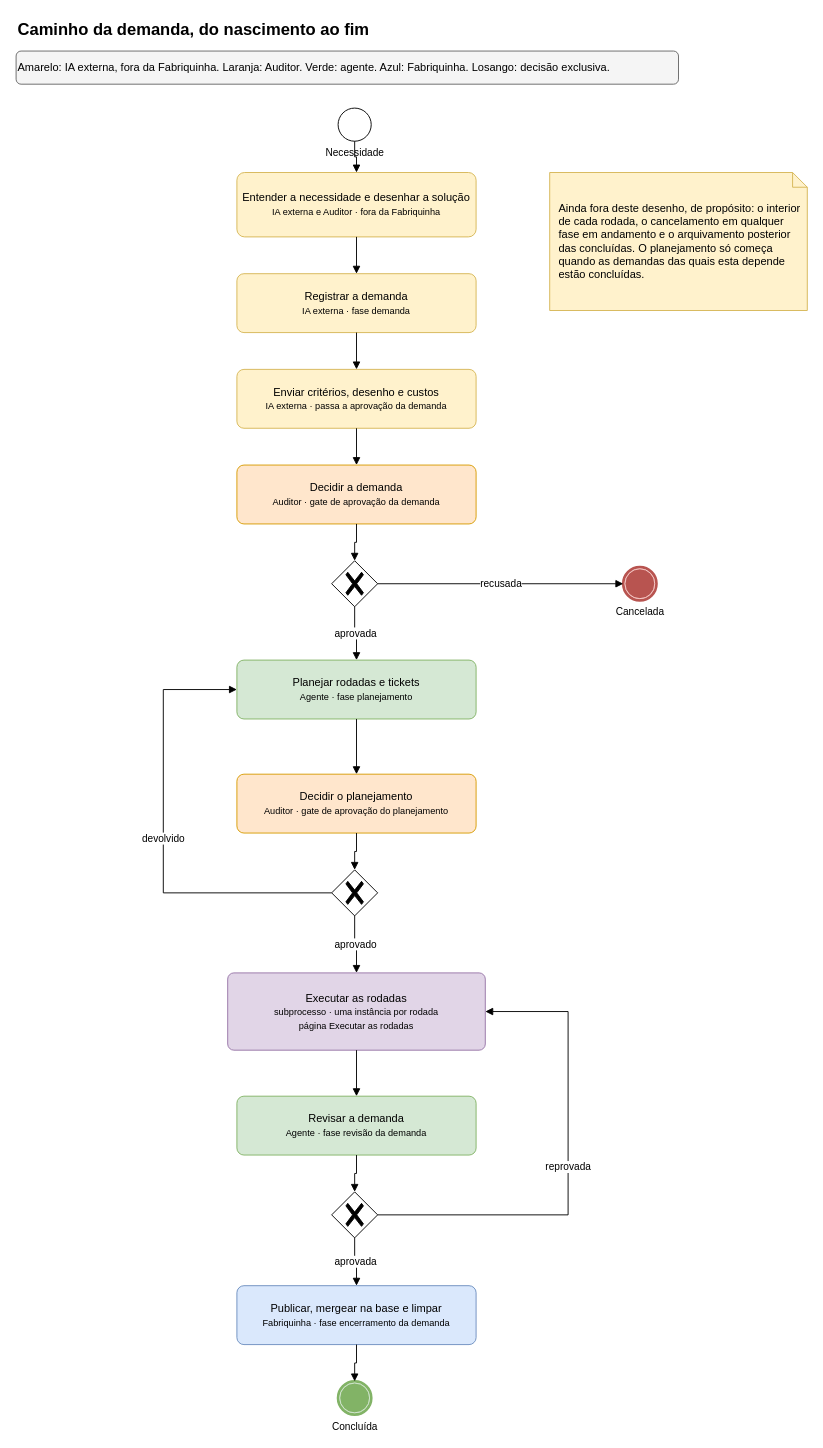
The draw.io diagram page "Caminho da demanda" (2 of 5) of ProcessoDeDesenvolvimento.drawio in JimmyAreaFiscal/Fabriquinha, before the edit. Source tidied: cells renumbered, new cells numbered last; positions are measured from the earlier drawing's top-left corner, leaving out a move shared by most shapes. Both pictures are drawn from the tidied source at 92%, with x=0, y=0 at pixel (16, 16).
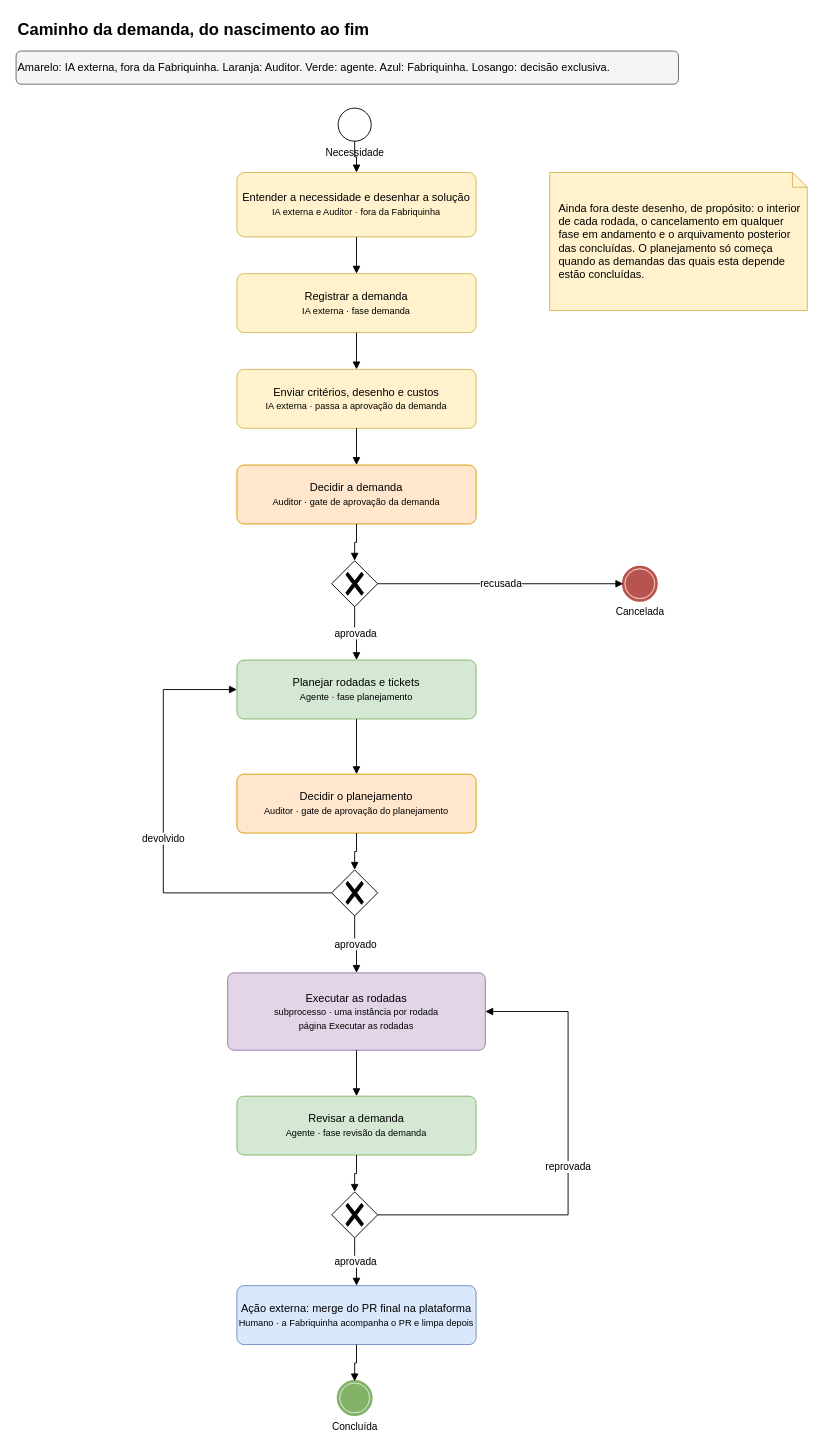
After the change.

Commit message (it also covers changes not shown here):
feat: Merge final como Ação externa do humano no drawio [I-289.T4]

What changed in the source:
```diff
@@
-    <mxCell id="17" value="Publicar, mergear na base e limpar&lt;br&gt;&lt;font style=&quot;font-size:10px&quot;&gt;Fabriquinha · fase encerramento da demanda&lt;/font&gt;" style="rounded=1;whiteSpace=wrap;html=1;arcSize=12;fillColor=#dae8fc;strokeColor=#6c8ebf;" parent="1" vertex="1">
+    <mxCell id="17" value="Ação externa: merge do PR final na plataforma&lt;br&gt;&lt;font style=&quot;font-size:10px&quot;&gt;Humano · a Fabriquinha acompanha o PR e limpa depois&lt;/font&gt;" style="rounded=1;whiteSpace=wrap;html=1;arcSize=12;fillColor=#dae8fc;strokeColor=#6c8ebf;" parent="1" vertex="1">
       <mxGeometry x="240" y="1380" width="260" height="64" as="geometry" />
     </mxCell>
```
